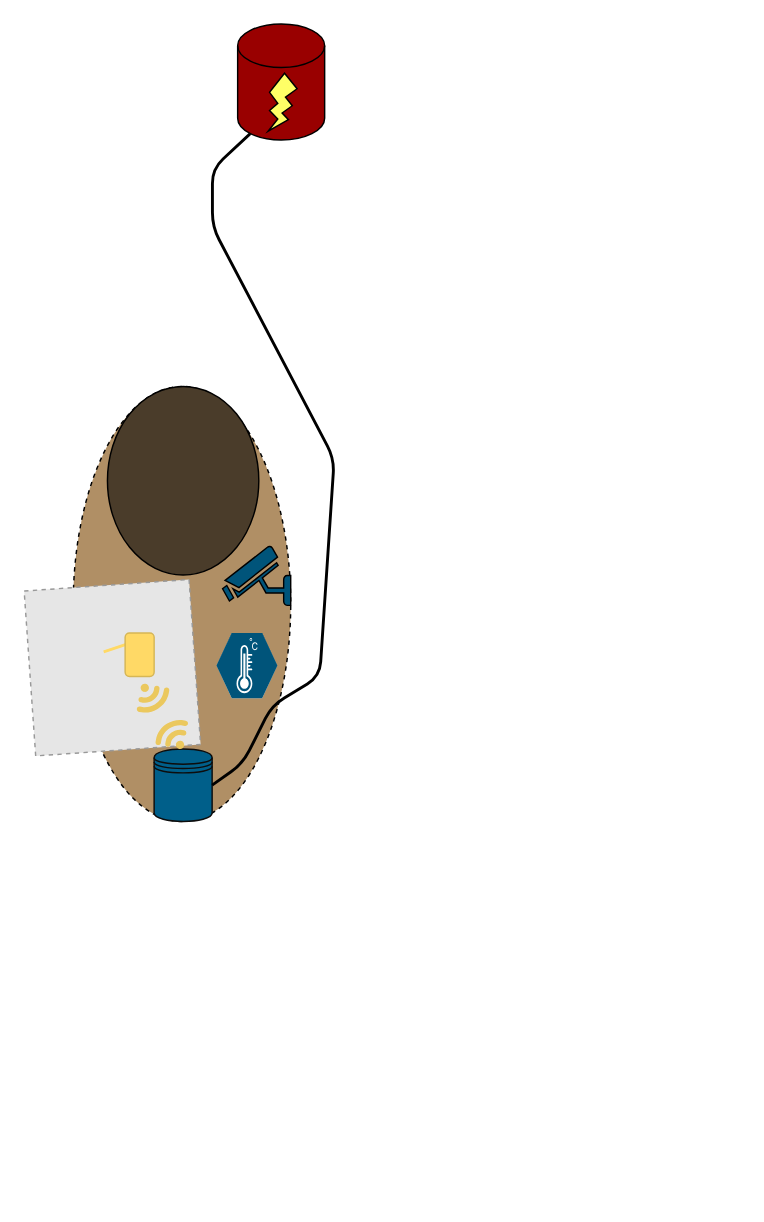
Above: Utils/Drawio/Animación Hito 1 Nido/Nido7.drawio in tlondero/Dise-o (draw.io), before the change. Source tidied: cells renumbered, new cells numbered last; positions are measured from the earlier drawing's top-left corner, leaving out a move shared by most shapes. Both pictures are drawn from the tidied source at 145%, with x=0, y=0 at pixel (29, 23). Pictures stored in the file or linked from it are replaced by grey dashed boxes.
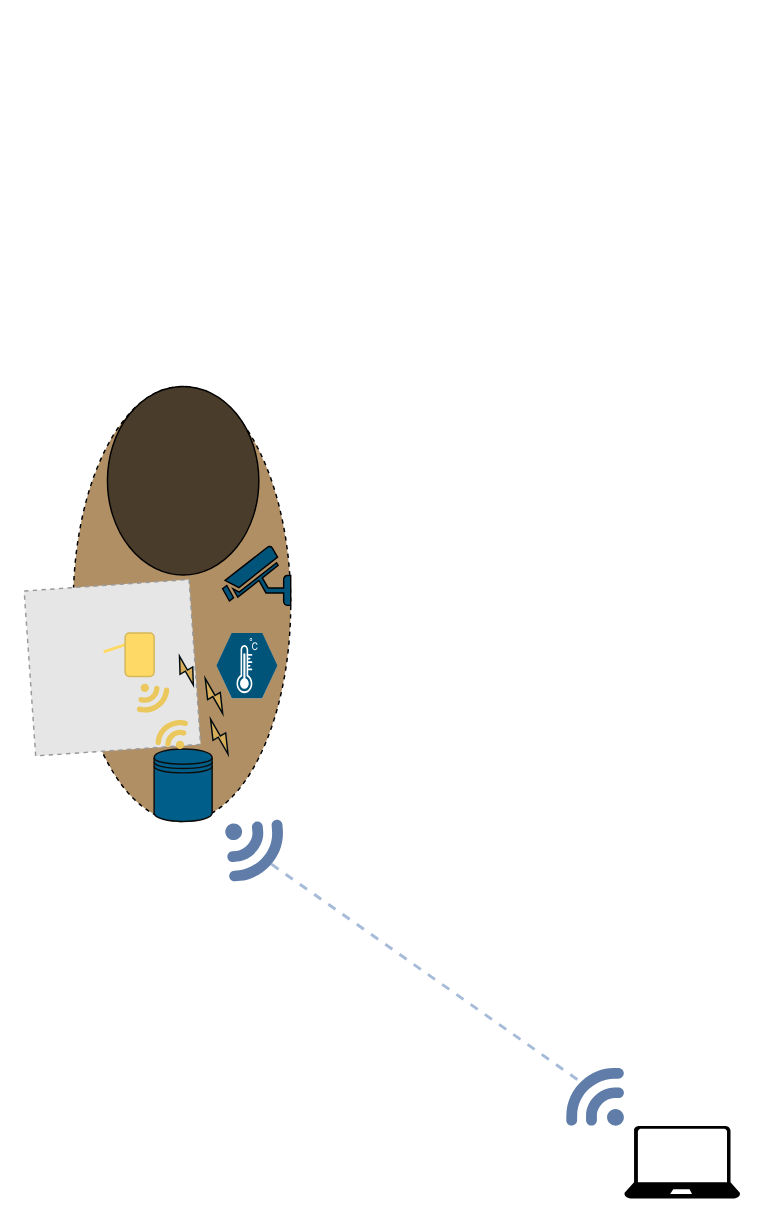
The same diagram, later.

Diff of the diagram source:
```diff
@@
 <mxGraphModel>
   <root>
     <mxCell id="0" />
     <mxCell id="1" parent="0" />
-    <mxCell id="2" style="shape=cylinder3;whiteSpace=wrap;html=1;boundedLbl=1;backgroundOutline=1;size=15;fillColor=#990000;" parent="1" vertex="1">
-      <mxGeometry x="143.4" width="60" height="80" as="geometry" />
-    </mxCell>
     <mxCell id="3" style="ellipse;whiteSpace=wrap;html=1;direction=south;rotation=0;dashed=1;fillColor=#B08F65;perimeterSpacing=2;" parent="1" vertex="1">
       <mxGeometry x="30" y="250" width="150" height="300" as="geometry" />
     </mxCell>
-    <mxCell id="4" style="verticalLabelPosition=bottom;verticalAlign=top;html=1;shape=mxgraph.basic.flash;fillColor=#FFFF66;" parent="1" vertex="1">
-      <mxGeometry x="164.4" y="34" width="20" height="40" as="geometry" />
-    </mxCell>
     <mxCell id="5" style="shape=datastore;whiteSpace=wrap;html=1;strokeColor=#0D0D0D;fillColor=#005F8A;" parent="1" vertex="1">
       <mxGeometry x="85.8" y="500" width="40" height="50" as="geometry" />
     </mxCell>
     <mxCell id="6" style="ellipse;whiteSpace=wrap;html=1;fillColor=#4A3C2A;" parent="1" vertex="1">
       <mxGeometry x="53.6" y="250" width="104.4" height="130" as="geometry" />
     </mxCell>
-    <mxCell id="7" style="endArrow=none;html=1;fillColor=#005073;exitX=1;exitY=0.5;exitDx=0;exitDy=0;entryX=0.145;entryY=1;entryDx=0;entryDy=-4.35;entryPerimeter=0;strokeWidth=2;" parent="1" edge="1" source="5" target="2">
-      <mxGeometry relative="1" as="geometry">
-        <Array as="points">
-          <mxPoint x="147" y="510" />
-          <mxPoint x="167" y="470" />
-          <mxPoint x="200" y="450" />
-          <mxPoint x="210" y="300" />
-          <mxPoint x="126" y="140" />
-          <mxPoint x="126" y="100" />
-        </Array>
-      </mxGeometry>
-    </mxCell>
     <mxCell id="8" style="fillColor=#E6E6E6;strokeColor=#999999;dashed=1;verticalLabelPosition=bottom;labelBackgroundColor=#ffffff;verticalAlign=top;rotation=356;" parent="1" vertex="1">
       <mxGeometry y="387" width="114" height="114" as="geometry" />
     </mxCell>
     <mxCell id="9" style="verticalLabelPosition=bottom;html=1;verticalAlign=top;align=center;shape=mxgraph.cisco19.3g_4g_indicator;strokeColor=none;rotation=100;fillColor=#EBC85E;" parent="1" vertex="1">
       <mxGeometry x="75" y="456" width="20" height="20" as="geometry" />
     </mxCell>
     <mxCell id="10" style="endArrow=none;html=1;fillColor=#005073;strokeColor=#FFD966;strokeWidth=2;" parent="1" edge="1">
       <mxGeometry relative="1" as="geometry">
         <mxPoint x="81" y="423" as="sourcePoint" />
         <mxPoint x="51" y="433" as="targetPoint" />
       </mxGeometry>
     </mxCell>
     <mxCell id="11" style="rounded=1;whiteSpace=wrap;html=1;strokeColor=#d6b656;fillColor=#FFD966;" parent="1" vertex="1">
       <mxGeometry x="65.8" y="420" width="20" height="30" as="geometry" />
     </mxCell>
     <mxCell id="12" style="verticalLabelPosition=bottom;html=1;verticalAlign=top;align=center;shape=mxgraph.cisco19.3g_4g_indicator;strokeColor=none;rotation=-80;fillColor=#EBC85E;" parent="1" vertex="1">
       <mxGeometry x="88" y="479" width="20" height="20" as="geometry" />
     </mxCell>
     <mxCell id="13" style="verticalLabelPosition=bottom;html=1;strokeColor=#ffffff;verticalAlign=top;align=center;shape=mxgraph.cisco_safe.compositeIcon;bgIcon=mxgraph.cisco_safe.design.blank_device;resIcon=mxgraph.cisco_safe.design.sensor;gradientColor=#ffffff;fillColor=#00547A;" parent="1" vertex="1">
       <mxGeometry x="128.8" y="420" width="42" height="45" as="geometry" />
     </mxCell>
     <mxCell id="14" style="fontColor=#0066CC;verticalAlign=top;verticalLabelPosition=bottom;labelPosition=center;align=center;html=1;gradientColor=none;gradientDirection=north;strokeWidth=2;shape=mxgraph.networks.security_camera;fillColor=#00547A;flipH=1;" parent="1" vertex="1">
       <mxGeometry x="133" y="360" width="47" height="41" as="geometry" />
     </mxCell>
+    <mxCell id="15" style="html=1;verticalLabelPosition=bottom;align=center;labelBackgroundColor=#ffffff;verticalAlign=top;strokeWidth=1;shadow=0;dashed=0;shape=mxgraph.ios7.icons.flash;gradientColor=none;strokeColor=#000B0F;fillColor=#D6AD5A;rotation=-30;" parent="1" vertex="1">
+      <mxGeometry x="103" y="435" width="10.1" height="22" as="geometry" />
+    </mxCell>
+    <mxCell id="16" style="html=1;verticalLabelPosition=bottom;align=center;labelBackgroundColor=#ffffff;verticalAlign=top;strokeWidth=1;shadow=0;dashed=0;shape=mxgraph.ios7.icons.flash;gradientColor=none;strokeColor=#000B0F;fillColor=#D6AD5A;rotation=-30;" parent="1" vertex="1">
+      <mxGeometry x="122" y="450" width="10.1" height="27" as="geometry" />
+    </mxCell>
+    <mxCell id="17" style="html=1;verticalLabelPosition=bottom;align=center;labelBackgroundColor=#ffffff;verticalAlign=top;strokeWidth=1;shadow=0;dashed=0;shape=mxgraph.ios7.icons.flash;gradientColor=none;strokeColor=#000B0F;fillColor=#D6AD5A;rotation=-30;" parent="1" vertex="1">
+      <mxGeometry x="125.7" y="478" width="10.1" height="27" as="geometry" />
+    </mxCell>
+    <mxCell id="18" style="verticalLabelPosition=bottom;html=1;verticalAlign=top;align=center;strokeColor=none;fillColor=#000000;shape=mxgraph.azure.laptop;" parent="1" vertex="1">
+      <mxGeometry x="410" y="760" width="80" height="50" as="geometry" />
+    </mxCell>
+    <mxCell id="19" style="rounded=0;jettySize=auto;html=1;exitX=0.76;exitY=0.25;exitDx=0;exitDy=0;exitPerimeter=0;entryX=0.76;entryY=0.25;entryDx=0;entryDy=0;entryPerimeter=0;dashed=1;strokeWidth=2;endArrow=none;endFill=0;jumpSize=10;jumpStyle=gap;opacity=60;fillColor=#dae8fc;strokeColor=#6c8ebf;" parent="1" edge="1" source="20" target="21">
+      <mxGeometry relative="1" as="geometry" />
+    </mxCell>
+    <mxCell id="20" style="points=[[0.005,0.09,0],[0.08,0,0],[0.76,0.25,0],[1,0.92,0],[0.91,0.995,0],[0.57,0.995,0],[0.045,0.955,0],[0.005,0.43,0]];verticalLabelPosition=bottom;html=1;verticalAlign=top;align=center;shape=mxgraph.cisco19.3g_4g_indicator;strokeColor=#6C8EBF;rotation=85;fillColor=#5F7DA8;" parent="1" vertex="1">
+      <mxGeometry x="135.8" y="550" width="40" height="40" as="geometry" />
+    </mxCell>
+    <mxCell id="21" style="points=[[0.005,0.09,0],[0.08,0,0],[0.76,0.25,0],[1,0.92,0],[0.91,0.995,0],[0.57,0.995,0],[0.045,0.955,0],[0.005,0.43,0]];verticalLabelPosition=bottom;html=1;verticalAlign=top;align=center;shape=mxgraph.cisco19.3g_4g_indicator;strokeColor=#6C8EBF;rotation=-90;fillColor=#5F7DA8;" parent="1" vertex="1">
+      <mxGeometry x="370" y="720" width="40" height="40" as="geometry" />
+    </mxCell>
   </root>
 </mxGraphModel>
```
